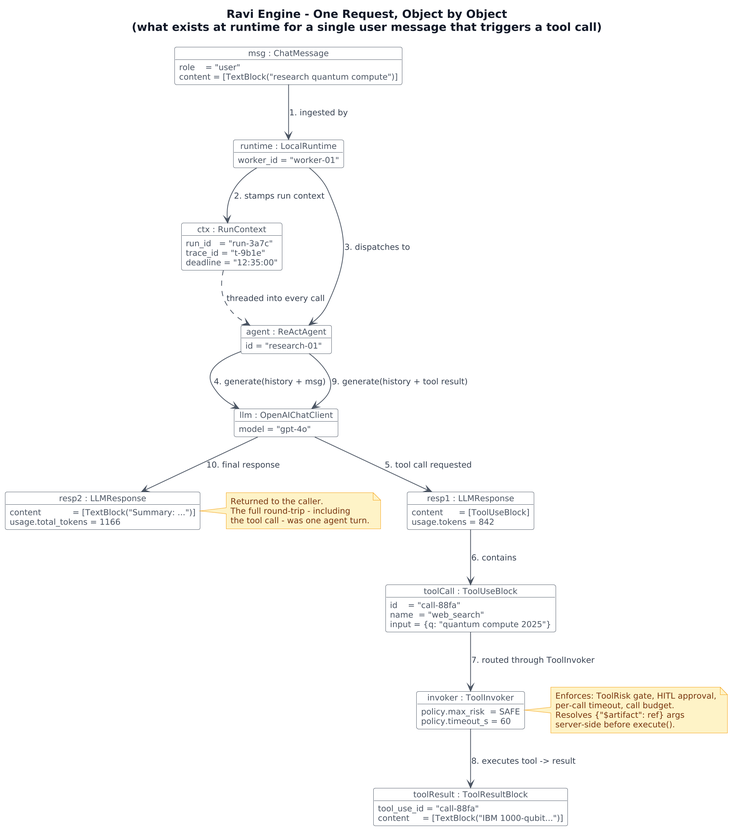
Above: agents/agent-substrate/docs/architecture/kernel_runtime_snapshot.png in Ravikumarchavva/agent-substrate (PlantUML), before the change.
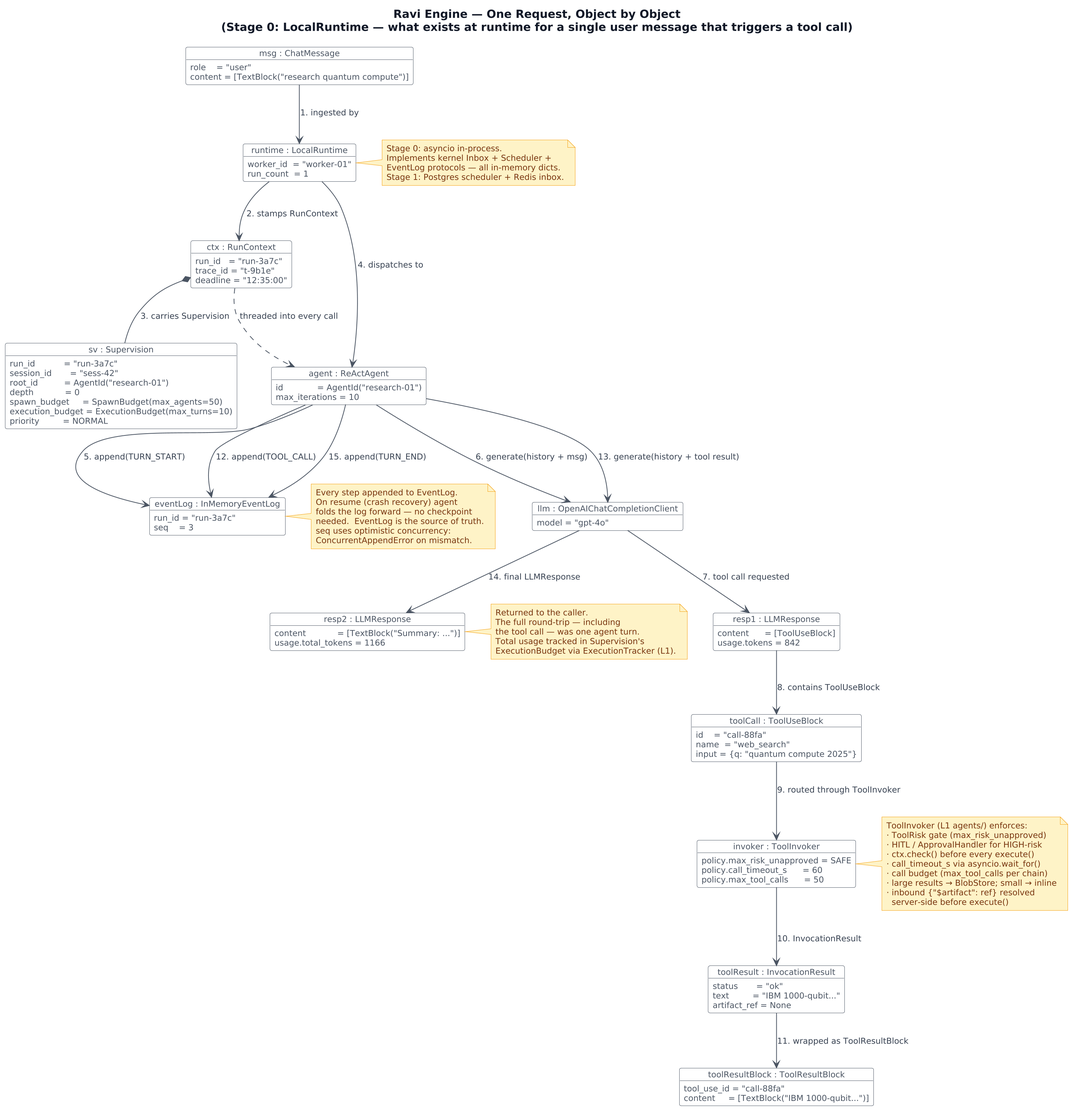
After the change.

Diff of the diagram source:
```diff
@@ -1,5 +1,5 @@
 @startuml
-title Ravi Engine - One Request, Object by Object\n(what exists at runtime for a single user message that triggers a tool call)
+title Ravi Engine — One Request, Object by Object\n(Stage 0: LocalRuntime — what exists at runtime for a single user message that triggers a tool call)
 
 top to bottom direction
 skinparam dpi 200
@@ -31,8 +31,16 @@
 }
 
 object "runtime : LocalRuntime" as rt {
-  worker_id = "worker-01"
+  worker_id  = "worker-01"
+  run_count  = 1
 }
+
+note right of rt
+  Stage 0: asyncio in-process.
+  Implements kernel Inbox + Scheduler +
+  EventLog protocols — all in-memory dicts.
+  Stage 1: Postgres scheduler + Redis inbox.
+end note
 
 object "ctx : RunContext" as ctx {
   run_id   = "run-3a7c"
@@ -40,11 +48,22 @@
   deadline = "12:35:00"
 }
 
-object "agent : ReActAgent" as agent {
-  id = "research-01"
+object "sv : Supervision" as sv {
+  run_id           = "run-3a7c"
+  session_id       = "sess-42"
+  root_id          = AgentId("research-01")
+  depth            = 0
+  spawn_budget     = SpawnBudget(max_agents=50)
+  execution_budget = ExecutionBudget(max_turns=10)
+  priority         = NORMAL
 }
 
-object "llm : OpenAIChatClient" as llm {
+object "agent : ReActAgent" as agent {
+  id             = AgentId("research-01")
+  max_iterations = 10
+}
+
+object "llm : OpenAIChatCompletionClient" as llm {
   model = "gpt-4o"
 }
 
@@ -60,11 +79,30 @@
 }
 
 object "invoker : ToolInvoker" as invoker {
-  policy.max_risk  = SAFE
-  policy.timeout_s = 60
+  policy.max_risk_unapproved = SAFE
+  policy.call_timeout_s      = 60
+  policy.max_tool_calls      = 50
 }
 
-object "toolResult : ToolResultBlock" as toolresult {
+note right of invoker
+  ToolInvoker (L1 agents/) enforces:
+  · ToolRisk gate (max_risk_unapproved)
+  · HITL / ApprovalHandler for HIGH-risk
+  · ctx.check() before every execute()
+  · call_timeout_s via asyncio.wait_for()
+  · call budget (max_tool_calls per chain)
+  · large results → BlobStore; small → inline
+  · inbound {"$artifact": ref} resolved
+    server-side before execute()
+end note
+
+object "toolResult : InvocationResult" as toolresult {
+  status       = "ok"
+  text         = "IBM 1000-qubit..."
+  artifact_ref = None
+}
+
+object "toolResultBlock : ToolResultBlock" as toolresultblock {
   tool_use_id = "call-88fa"
   content     = [TextBlock("IBM 1000-qubit...")]
 }
@@ -74,31 +112,45 @@
   usage.total_tokens = 1166
 }
 
-msg        --> rt          : "1. ingested by"
-rt         --> ctx         : "2. stamps run context"
-rt         --> agent       : "3. dispatches to"
-ctx        ..>  agent      : "threaded into every call"
+object "eventLog : InMemoryEventLog" as evlog {
+  run_id = "run-3a7c"
+  seq    = 3
+}
 
-agent      --> llm         : "4. generate(history + msg)"
-llm        --> resp1       : "5. tool call requested"
-resp1      --> toolcall    : "6. contains"
-
-toolcall   --> invoker     : "7. routed through ToolInvoker"
-invoker    --> toolresult  : "8. executes tool -> result"
-
-note right of invoker
-  Enforces: ToolRisk gate, HITL approval,
-  per-call timeout, call budget.
-  Resolves {"$artifact": ref} args
-  server-side before execute().
+note right of evlog
+  Every step appended to EventLog.
+  On resume (crash recovery) agent
+  folds the log forward — no checkpoint
+  needed.  EventLog is the source of truth.
+  seq uses optimistic concurrency:
+  ConcurrentAppendError on mismatch.
 end note
 
-agent      --> llm         : "9. generate(history + tool result)"
-llm        --> resp2       : "10. final response"
+msg          --> rt          : "1. ingested by"
+rt           --> ctx         : "2. stamps RunContext"
+ctx          *-- sv          : "3. carries Supervision"
+rt           --> agent       : "4. dispatches to"
+ctx          ..>  agent      : "threaded into every call"
+
+agent        --> evlog       : "5. append(TURN_START)"
+agent        --> llm         : "6. generate(history + msg)"
+llm          --> resp1       : "7. tool call requested"
+resp1        --> toolcall    : "8. contains ToolUseBlock"
+
+toolcall     --> invoker     : "9. routed through ToolInvoker"
+invoker      --> toolresult  : "10. InvocationResult"
+toolresult   --> toolresultblock : "11. wrapped as ToolResultBlock"
+agent        --> evlog       : "12. append(TOOL_CALL)"
+
+agent        --> llm         : "13. generate(history + tool result)"
+llm          --> resp2       : "14. final LLMResponse"
+agent        --> evlog       : "15. append(TURN_END)"
 
 note right of resp2
   Returned to the caller.
-  The full round-trip - including
-  the tool call - was one agent turn.
+  The full round-trip — including
+  the tool call — was one agent turn.
+  Total usage tracked in Supervision's
+  ExecutionBudget via ExecutionTracker (L1).
 end note
 @enduml
```
